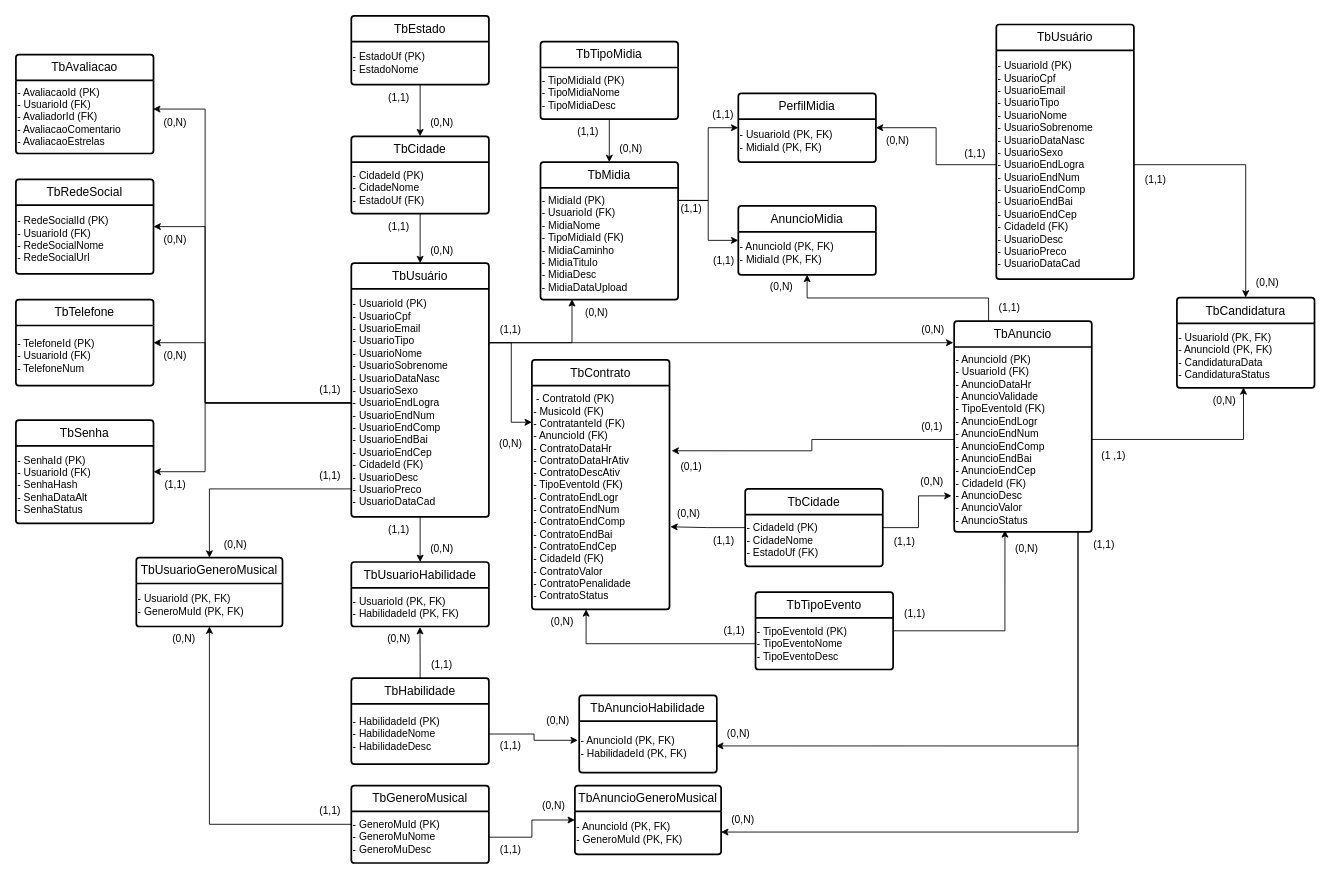
This is docs/MER.drawio from MusiConnect-com/MusiConnect, a draw.io file, before an edit. Source tidied: cells renumbered, new cells numbered last; positions are measured from the earlier drawing's top-left corner, leaving out a move shared by most shapes. Both pictures are drawn from the tidied source at 86%, with x=0, y=0 at pixel (15, 15).
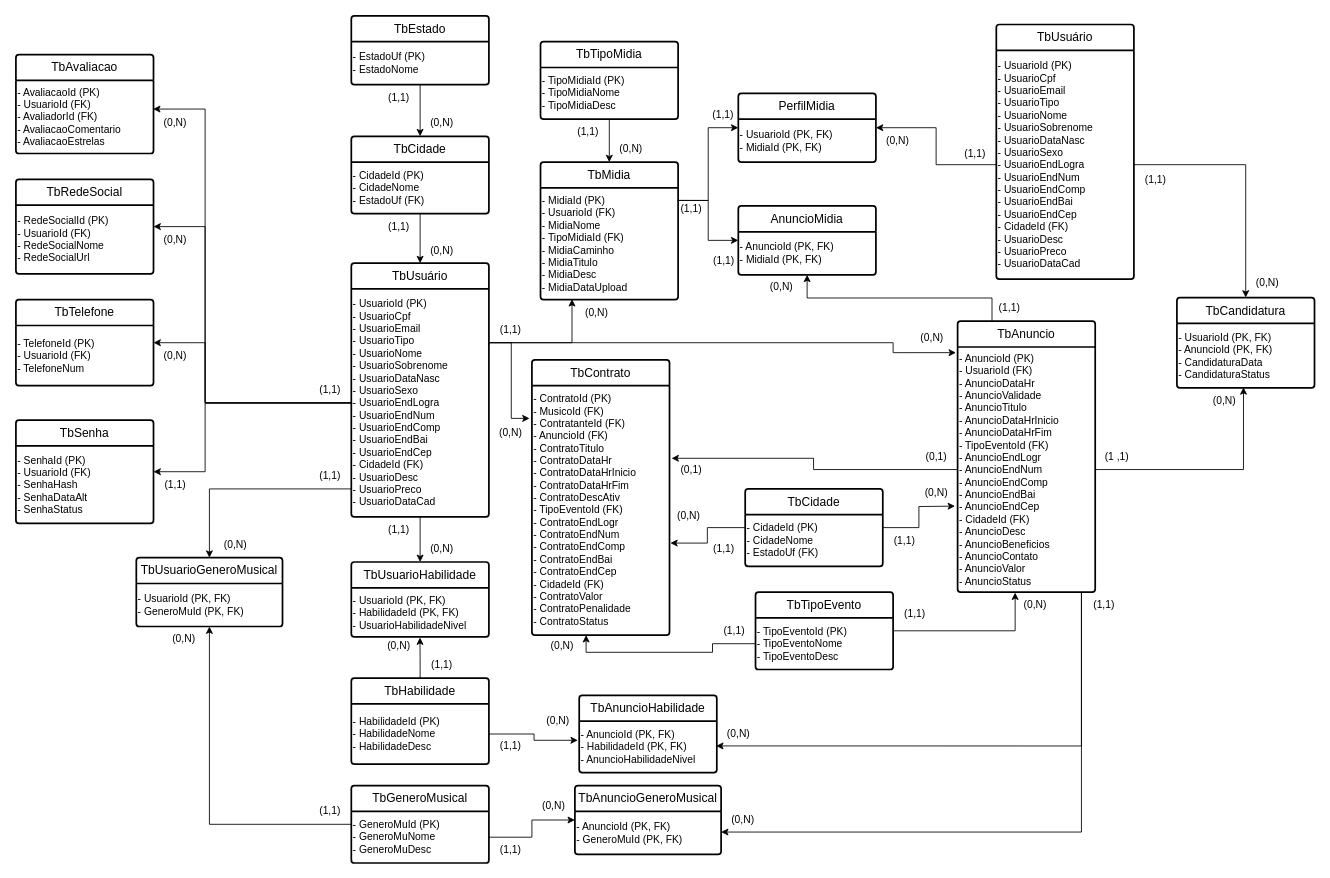
The same diagram, later.

Commit message:
Alterando as tabelas de anuncio e de contrato MER.drawio

Unchanged cells that the change refers to:
```xml
<mxCell id="6" value="- UsuarioId (PK)&lt;div&gt;- UsuarioCpf&amp;nbsp;&lt;/div&gt;&lt;div&gt;- UsuarioEmail&lt;/div&gt;&lt;div&gt;- UsuarioTipo&lt;/div&gt;&lt;div&gt;- UsuarioNome&lt;/div&gt;&lt;div&gt;- UsuarioSobrenome&lt;/div&gt;&lt;div&gt;- UsuarioDataNasc&lt;/div&gt;&lt;div&gt;- UsuarioSexo&lt;/div&gt;&lt;div&gt;- UsuarioEndLogra&lt;/div&gt;&lt;div&gt;- UsuarioEndNum&lt;/div&gt;&lt;div&gt;- UsuarioEndComp&lt;/div&gt;&lt;div&gt;- UsuarioEndBai&lt;/div&gt;&lt;div&gt;- UsuarioEndCep&lt;/div&gt;&lt;div&gt;- CidadeId (FK)&lt;/div&gt;&lt;div&gt;- UsuarioDesc&lt;/div&gt;&lt;div&gt;- UsuarioPreco&lt;/div&gt;&lt;div&gt;- UsuarioDataCad&lt;/div&gt;" style="text;html=1;align=left;verticalAlign=middle;points=[];strokeColor=none;fillColor=none;" parent="5" vertex="1">
  <mxGeometry y="30" width="160" height="265" as="geometry" />
</mxCell>
<mxCell id="31" value="TbTipoEvento" style="swimlane;horizontal=1;startSize=30;rounded=1;fontSize=14;fontStyle=0;strokeWidth=2;shadow=0;dashed=0;align=center;arcSize=4;whiteSpace=wrap;html=1;" parent="1" vertex="1">
  <mxGeometry x="860" y="670" width="160" height="90" as="geometry" />
</mxCell>
<mxCell id="41" value="TbAnuncioHabilidade" style="swimlane;horizontal=1;startSize=30;rounded=1;fontSize=14;fontStyle=0;strokeWidth=2;shadow=0;dashed=0;align=center;arcSize=4;whiteSpace=wrap;html=1;" parent="1" vertex="1">
  <mxGeometry x="655" y="790" width="160" height="90" as="geometry" />
</mxCell>
<mxCell id="103" value="TbCidade" style="swimlane;horizontal=1;startSize=30;rounded=1;fontSize=14;fontStyle=0;strokeWidth=2;shadow=0;dashed=0;align=center;arcSize=4;whiteSpace=wrap;html=1;" parent="1" vertex="1">
  <mxGeometry x="848" y="550" width="160" height="90" as="geometry" />
</mxCell>
```

The edit, as a diff of the source:
```diff
@@
     <mxCell id="21" value="TbUsuarioHabilidade" style="swimlane;horizontal=1;startSize=30;rounded=1;fontSize=14;fontStyle=0;strokeWidth=2;shadow=0;dashed=0;align=center;arcSize=4;whiteSpace=wrap;html=1;" parent="1" vertex="1">
-      <mxGeometry x="390" y="635" width="160" height="75" as="geometry" />
+      <mxGeometry x="390" y="635" width="160" height="87" as="geometry" />
     </mxCell>
-    <mxCell id="22" value="- UsuarioId (PK, FK)&lt;div&gt;- HabilidadeId (PK, FK)&lt;/div&gt;" style="text;html=1;align=left;verticalAlign=middle;points=[];strokeColor=none;fillColor=none;" parent="21" vertex="1">
-      <mxGeometry y="30" width="160" height="45" as="geometry" />
+    <mxCell id="22" value="- UsuarioId (PK, FK)&lt;div&gt;- HabilidadeId (PK, FK)&lt;/div&gt;&lt;div&gt;- UsuarioHabilidadeNivel&lt;/div&gt;" style="text;html=1;align=left;verticalAlign=middle;points=[];strokeColor=none;fillColor=none;" parent="21" vertex="1">
+      <mxGeometry y="30" width="160" height="57" as="geometry" />
     </mxCell>
@@
     <mxCell id="29" value="TbAnuncio" style="swimlane;horizontal=1;startSize=30;rounded=1;fontSize=14;fontStyle=0;strokeWidth=2;shadow=0;dashed=0;align=center;arcSize=4;whiteSpace=wrap;html=1;" parent="1" vertex="1">
-      <mxGeometry x="1091" y="355" width="160" height="245" as="geometry" />
+      <mxGeometry x="1095" y="355" width="160" height="315" as="geometry" />
     </mxCell>
-    <mxCell id="30" value="- AnuncioId (PK)&lt;div&gt;- UsuarioId (FK)&lt;/div&gt;&lt;div&gt;- AnuncioDataHr&lt;/div&gt;&lt;div&gt;- AnuncioValidade&lt;/div&gt;&lt;div&gt;- TipoEventoId (FK)&lt;/div&gt;&lt;div&gt;- AnuncioEndLogr&lt;/div&gt;&lt;div&gt;- AnuncioEndNum&lt;/div&gt;&lt;div&gt;- AnuncioEndComp&lt;/div&gt;&lt;div&gt;- AnuncioEndBai&lt;/div&gt;&lt;div&gt;- AnuncioEndCep&lt;/div&gt;&lt;div&gt;- CidadeId (FK)&lt;/div&gt;&lt;div&gt;- AnuncioDesc&lt;/div&gt;&lt;div&gt;- AnuncioValor&lt;/div&gt;&lt;div&gt;- AnuncioStatus&lt;/div&gt;" style="text;html=1;align=left;verticalAlign=middle;points=[];strokeColor=none;fillColor=none;" parent="29" vertex="1">
-      <mxGeometry y="30" width="160" height="215" as="geometry" />
+    <mxCell id="30" value="- AnuncioId (PK)&lt;div&gt;- UsuarioId (FK)&lt;/div&gt;&lt;div&gt;- AnuncioDataHr&lt;/div&gt;&lt;div&gt;- AnuncioValidade&lt;/div&gt;&lt;div&gt;- AnuncioTitulo&lt;/div&gt;&lt;div&gt;- AnuncioDataHrInicio&lt;/div&gt;&lt;div&gt;- AnuncioDataHrFim&lt;/div&gt;&lt;div&gt;- TipoEventoId (FK)&amp;nbsp;&lt;/div&gt;&lt;div&gt;- AnuncioEndLogr&lt;/div&gt;&lt;div&gt;- AnuncioEndNum&lt;/div&gt;&lt;div&gt;- AnuncioEndComp&lt;/div&gt;&lt;div&gt;- AnuncioEndBai&lt;/div&gt;&lt;div&gt;- AnuncioEndCep&lt;/div&gt;&lt;div&gt;- CidadeId (FK)&lt;/div&gt;&lt;div&gt;- AnuncioDesc&lt;/div&gt;&lt;div&gt;- AnuncioBeneficios&lt;/div&gt;&lt;div&gt;- AnuncioContato&lt;/div&gt;&lt;div&gt;- AnuncioValor&lt;/div&gt;&lt;div&gt;- AnuncioStatus&lt;/div&gt;" style="text;html=1;align=left;verticalAlign=middle;points=[];strokeColor=none;fillColor=none;" parent="29" vertex="1">
+      <mxGeometry y="30" width="160" height="285" as="geometry" />
     </mxCell>
@@
-    <mxCell id="42" value="- AnuncioId (PK, FK)&lt;div&gt;- HabilidadeId (PK, FK)&lt;/div&gt;" style="text;html=1;align=left;verticalAlign=middle;points=[];strokeColor=none;fillColor=none;" parent="41" vertex="1">
+    <mxCell id="42" value="- AnuncioId (PK, FK)&lt;div&gt;- HabilidadeId (PK, FK)&lt;/div&gt;&lt;div&gt;- AnuncioHabilidadeNivel&lt;/div&gt;" style="text;html=1;align=left;verticalAlign=middle;points=[];strokeColor=none;fillColor=none;" parent="41" vertex="1">
       <mxGeometry y="30" width="160" height="60" as="geometry" />
     </mxCell>
@@
     <mxCell id="46" value="TbContrato" style="swimlane;horizontal=1;startSize=30;rounded=1;fontSize=14;fontStyle=0;strokeWidth=2;shadow=0;dashed=0;align=center;arcSize=4;whiteSpace=wrap;html=1;" parent="1" vertex="1">
-      <mxGeometry x="600" y="400" width="160" height="290" as="geometry" />
+      <mxGeometry x="600" y="400" width="160" height="320" as="geometry" />
     </mxCell>
-    <mxCell id="47" value="&amp;nbsp;- ContratoId (PK)&lt;div&gt;- MusicoId (FK)&lt;/div&gt;&lt;div&gt;- ContratanteId (FK)&lt;/div&gt;&lt;div&gt;- AnuncioId (FK)&lt;/div&gt;&lt;div&gt;- ContratoDataHr&lt;/div&gt;&lt;div&gt;- ContratoDataHrAtiv&lt;/div&gt;&lt;div&gt;- ContratoDescAtiv&lt;/div&gt;&lt;div&gt;- TipoEventoId (FK)&lt;/div&gt;&lt;div&gt;- ContratoEndLogr&lt;/div&gt;&lt;div&gt;- ContratoEndNum&lt;/div&gt;&lt;div&gt;- ContratoEndComp&lt;/div&gt;&lt;div&gt;- ContratoEndBai&lt;/div&gt;&lt;div&gt;- ContratoEndCep&lt;/div&gt;&lt;div&gt;- CidadeId (FK)&lt;/div&gt;&lt;div&gt;- ContratoValor&lt;/div&gt;&lt;div&gt;- ContratoPenalidade&lt;/div&gt;&lt;div&gt;- ContratoStatus&lt;/div&gt;" style="text;html=1;align=left;verticalAlign=middle;points=[];strokeColor=none;fillColor=none;" parent="46" vertex="1">
-      <mxGeometry y="30" width="160" height="260" as="geometry" />
+    <mxCell id="47" value="- ContratoId (PK)&lt;div&gt;- MusicoId (FK)&lt;/div&gt;&lt;div&gt;- ContratanteId (FK)&lt;/div&gt;&lt;div&gt;- AnuncioId (FK)&lt;/div&gt;&lt;div&gt;- ContratoTitulo&lt;/div&gt;&lt;div&gt;- ContratoDataHr&lt;/div&gt;&lt;div&gt;- ContratoDataHrInicio&lt;/div&gt;&lt;div&gt;- ContratoDataHrFim&lt;/div&gt;&lt;div&gt;- ContratoDescAtiv&lt;/div&gt;&lt;div&gt;- TipoEventoId (FK)&lt;/div&gt;&lt;div&gt;- ContratoEndLogr&lt;/div&gt;&lt;div&gt;- ContratoEndNum&lt;/div&gt;&lt;div&gt;- ContratoEndComp&lt;/div&gt;&lt;div&gt;- ContratoEndBai&lt;/div&gt;&lt;div&gt;- ContratoEndCep&lt;/div&gt;&lt;div&gt;- CidadeId (FK)&lt;/div&gt;&lt;div&gt;- ContratoValor&lt;/div&gt;&lt;div&gt;- ContratoPenalidade&lt;/div&gt;&lt;div&gt;- ContratoStatus&lt;/div&gt;" style="text;html=1;align=left;verticalAlign=middle;points=[];strokeColor=none;fillColor=none;" parent="46" vertex="1">
+      <mxGeometry y="30" width="160" height="290" as="geometry" />
     </mxCell>
@@
-    <mxCell id="71" style="edgeStyle=orthogonalEdgeStyle;rounded=0;jettySize=auto;html=1;entryX=0;entryY=0.25;entryDx=0;entryDy=0;" parent="1" edge="1" target="46">
+    <mxCell id="71" style="edgeStyle=orthogonalEdgeStyle;rounded=0;jettySize=auto;html=1;entryX=-0.017;entryY=0.131;entryDx=0;entryDy=0;entryPerimeter=0;" parent="1" edge="1" target="47">
       <mxGeometry relative="1" as="geometry">
         <mxPoint x="550" y="382.5" as="sourcePoint" />
         <Array as="points">
           <mxPoint x="550" y="380" />
           <mxPoint x="576" y="380" />
-          <mxPoint x="576" y="473" />
+          <mxPoint x="576" y="468" />
         </Array>
       </mxGeometry>
     </mxCell>
     <mxCell id="72" value="(0,N)" style="text;html=1;align=center;verticalAlign=middle;strokeColor=none;fillColor=none;" parent="1" vertex="1">
-      <mxGeometry x="550" y="482.7" width="50" height="30" as="geometry" />
+      <mxGeometry x="550" y="470" width="50" height="30" as="geometry" />
     </mxCell>
@@
     <mxCell id="84" value="(1 ,1)" style="text;html=1;align=center;verticalAlign=middle;strokeColor=none;fillColor=none;" parent="1" vertex="1">
-      <mxGeometry x="1251" y="497" width="50" height="30" as="geometry" />
+      <mxGeometry x="1255" y="497.5" width="50" height="30" as="geometry" />
     </mxCell>
     <mxCell id="85" value="(1,1)" style="text;html=1;align=center;verticalAlign=middle;strokeColor=none;fillColor=none;" parent="1" vertex="1">
-      <mxGeometry x="1240" y="600" width="50" height="30" as="geometry" />
+      <mxGeometry x="1240" y="670" width="50" height="30" as="geometry" />
     </mxCell>
@@
     <mxCell id="92" value="(0,N)" style="text;html=1;align=center;verticalAlign=middle;strokeColor=none;fillColor=none;" parent="1" vertex="1">
-      <mxGeometry x="420" y="710" width="50" height="30" as="geometry" />
+      <mxGeometry x="420" y="718" width="50" height="30" as="geometry" />
     </mxCell>
@@
-    <mxCell id="105" style="edgeStyle=orthogonalEdgeStyle;rounded=0;jettySize=auto;html=1;entryX=-0.019;entryY=0.805;entryDx=0;entryDy=0;entryPerimeter=0;" parent="1" edge="1" source="103" target="30">
-      <mxGeometry relative="1" as="geometry" />
+    <mxCell id="105" style="edgeStyle=orthogonalEdgeStyle;rounded=0;jettySize=auto;html=1;" parent="1" edge="1" source="103">
+      <mxGeometry relative="1" as="geometry">
+        <mxPoint x="1092" y="570" as="targetPoint" />
+      </mxGeometry>
     </mxCell>
@@
-    <mxCell id="108" style="edgeStyle=orthogonalEdgeStyle;rounded=0;jettySize=auto;html=1;entryX=0.369;entryY=0.991;entryDx=0;entryDy=0;entryPerimeter=0;" parent="1" edge="1" source="31" target="30">
+    <mxCell id="108" style="edgeStyle=orthogonalEdgeStyle;rounded=0;jettySize=auto;html=1;entryX=0.418;entryY=1.002;entryDx=0;entryDy=0;entryPerimeter=0;" parent="1" edge="1" source="31" target="30">
       <mxGeometry relative="1" as="geometry" />
     </mxCell>
@@
     <mxCell id="111" value="(0,N)" style="text;html=1;align=center;verticalAlign=middle;strokeColor=none;fillColor=none;" parent="1" vertex="1">
-      <mxGeometry x="1150" y="605" width="50" height="30" as="geometry" />
+      <mxGeometry x="1160" y="670" width="50" height="30" as="geometry" />
     </mxCell>
     <mxCell id="112" value="(0,N)" style="text;html=1;align=center;verticalAlign=middle;strokeColor=none;fillColor=none;" parent="1" vertex="1">
-      <mxGeometry x="610" y="690" width="50" height="30" as="geometry" />
+      <mxGeometry x="610" y="718" width="50" height="30" as="geometry" />
     </mxCell>
@@
     <mxCell id="115" value="(1,1)" style="text;html=1;align=center;verticalAlign=middle;strokeColor=none;fillColor=none;" parent="1" vertex="1">
-      <mxGeometry x="1008" y="597" width="50" height="30" as="geometry" />
+      <mxGeometry x="1008" y="596" width="50" height="30" as="geometry" />
     </mxCell>
     <mxCell id="116" value="(0,N)" style="text;html=1;align=center;verticalAlign=middle;strokeColor=none;fillColor=none;" parent="1" vertex="1">
-      <mxGeometry x="1040" y="527" width="50" height="30" as="geometry" />
+      <mxGeometry x="1045" y="540" width="50" height="30" as="geometry" />
     </mxCell>
     <mxCell id="117" value="(0,N)" style="text;html=1;align=center;verticalAlign=middle;strokeColor=none;fillColor=none;" parent="1" vertex="1">
-      <mxGeometry x="757" y="564" width="50" height="30" as="geometry" />
+      <mxGeometry x="757" y="566" width="50" height="30" as="geometry" />
     </mxCell>
     <mxCell id="118" value="(1,1)" style="text;html=1;align=center;verticalAlign=middle;strokeColor=none;fillColor=none;" parent="1" vertex="1">
-      <mxGeometry x="798" y="596" width="50" height="30" as="geometry" />
+      <mxGeometry x="798" y="605" width="50" height="30" as="geometry" />
     </mxCell>
     <mxCell id="119" value="(0,1)" style="text;html=1;align=center;verticalAlign=middle;strokeColor=none;fillColor=none;" parent="1" vertex="1">
-      <mxGeometry x="1040" y="462.5" width="50" height="30" as="geometry" />
+      <mxGeometry x="1045" y="497.5" width="50" height="30" as="geometry" />
     </mxCell>
-    <mxCell id="120" style="edgeStyle=orthogonalEdgeStyle;rounded=0;jettySize=auto;html=1;" parent="1" edge="1" source="6">
+    <mxCell id="120" style="edgeStyle=orthogonalEdgeStyle;rounded=0;jettySize=auto;html=1;entryX=-0.012;entryY=0.023;entryDx=0;entryDy=0;entryPerimeter=0;" parent="1" edge="1" source="6" target="30">
       <mxGeometry relative="1" as="geometry">
-        <mxPoint x="1090" y="380" as="targetPoint" />
         <Array as="points">
-          <mxPoint x="1091" y="380" />
+          <mxPoint x="1020" y="380" />
+          <mxPoint x="1020" y="391" />
         </Array>
       </mxGeometry>
     </mxCell>
@@
     <mxCell id="122" value="(0,N)" style="text;html=1;align=center;verticalAlign=middle;strokeColor=none;fillColor=none;" parent="1" vertex="1">
-      <mxGeometry x="1041" y="350" width="50" height="30" as="geometry" />
+      <mxGeometry x="1040" y="360" width="50" height="30" as="geometry" />
     </mxCell>
@@
     <mxCell id="127" value="(0,1)" style="text;html=1;align=center;verticalAlign=middle;strokeColor=none;fillColor=none;" parent="1" vertex="1">
-      <mxGeometry x="760" y="510" width="50" height="30" as="geometry" />
+      <mxGeometry x="760" y="512.7" width="50" height="30" as="geometry" />
     </mxCell>
```
